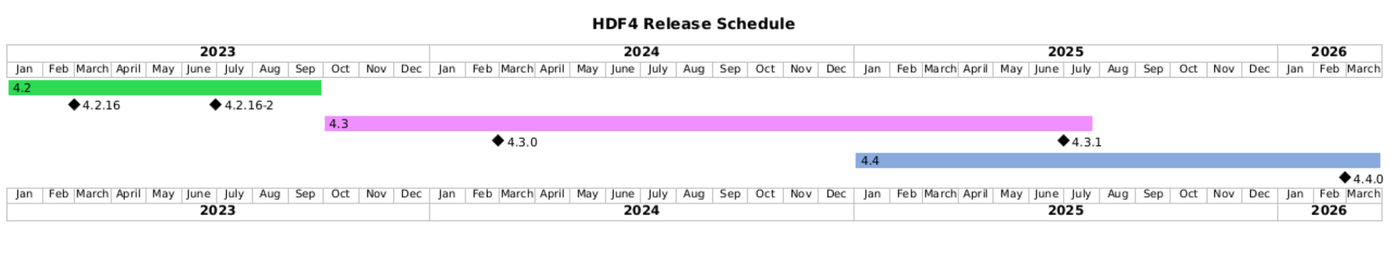
Before: doc/img/release-schedule.png, a diagram exported from PlantUML (HDFGroup/hdf4). Its source is kept beside it as doc/img/release-schedule.plantuml.
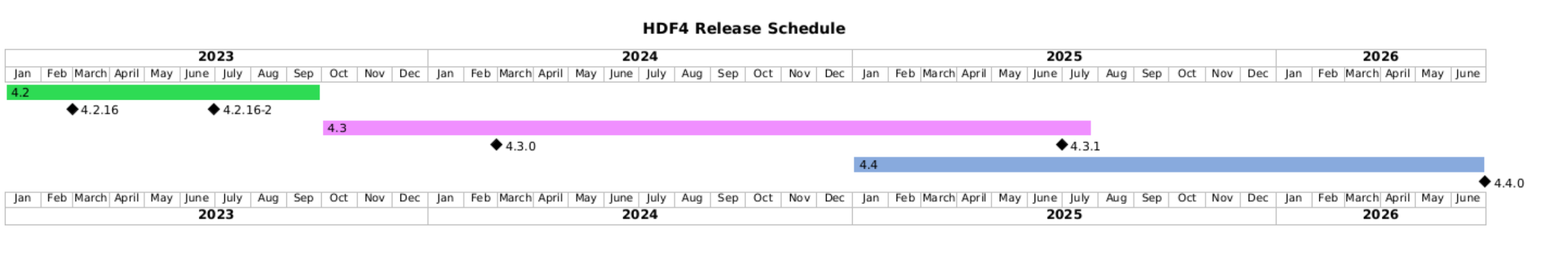
The same file after the commit.

The edit, as a diff of the source:
```diff
@@ -17,8 +17,8 @@
 [4.3.1] displays on same row as [4.3.0]
 [4.3] is colored in #F08FFF
 
-[4.4] starts 2025-01-01 and lasts 65 weeks
-[4.4.0] happens 2026-02-28
+[4.4] starts 2025-01-01 and lasts 78 weeks
+[4.4.0] happens 2026-06-30
 [4.4] is colored in #88AADD
 
 @endgantt
```
